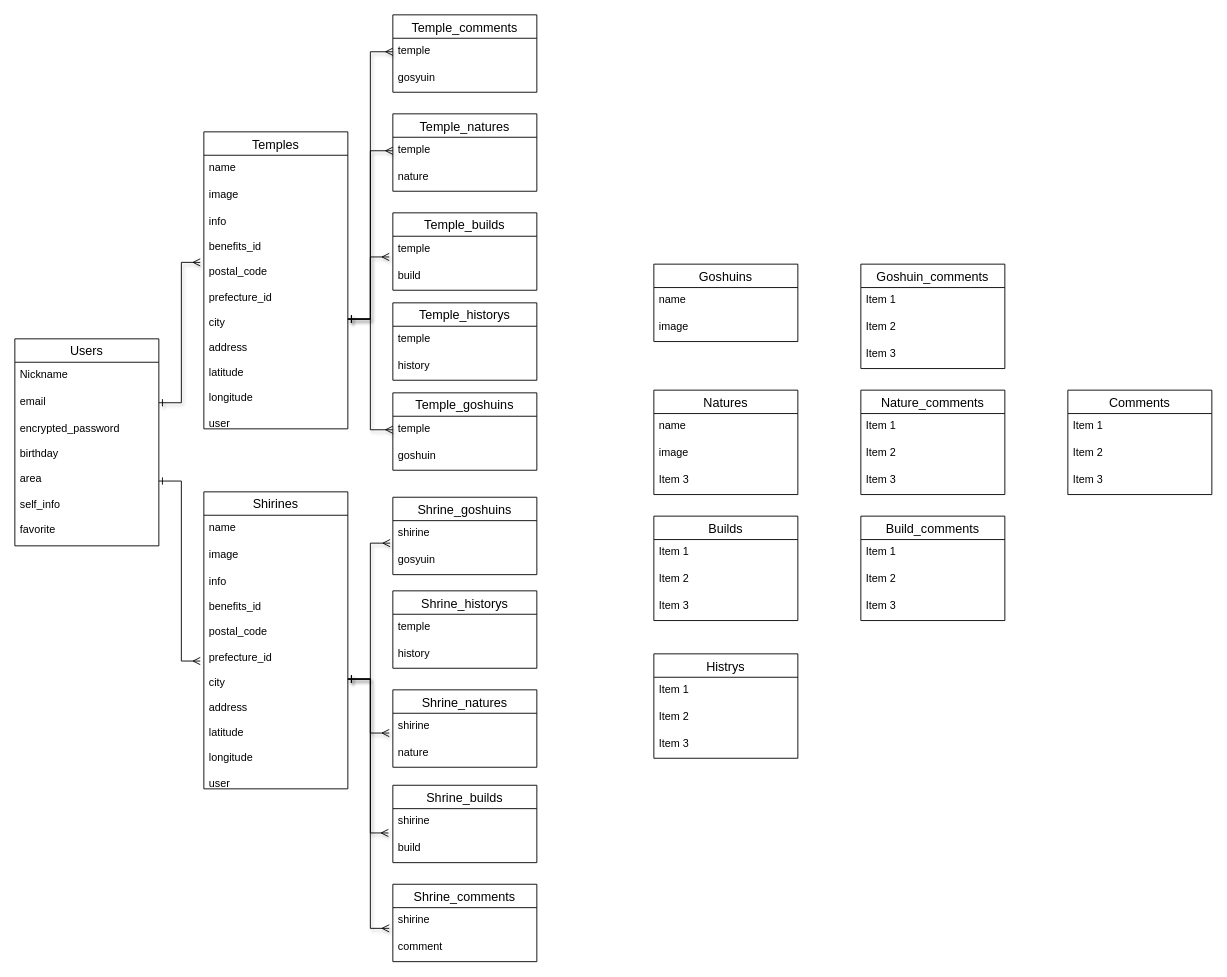
This is mainoru.dio from Ytakagi66/mainoru-31924, a draw.io file, before an edit. Source tidied: cells renumbered, new cells numbered last; positions are measured from the earlier drawing's top-left corner, leaving out a move shared by most shapes. Both pictures are drawn from the tidied source at 90%, with x=0, y=0 at pixel (14, 14).
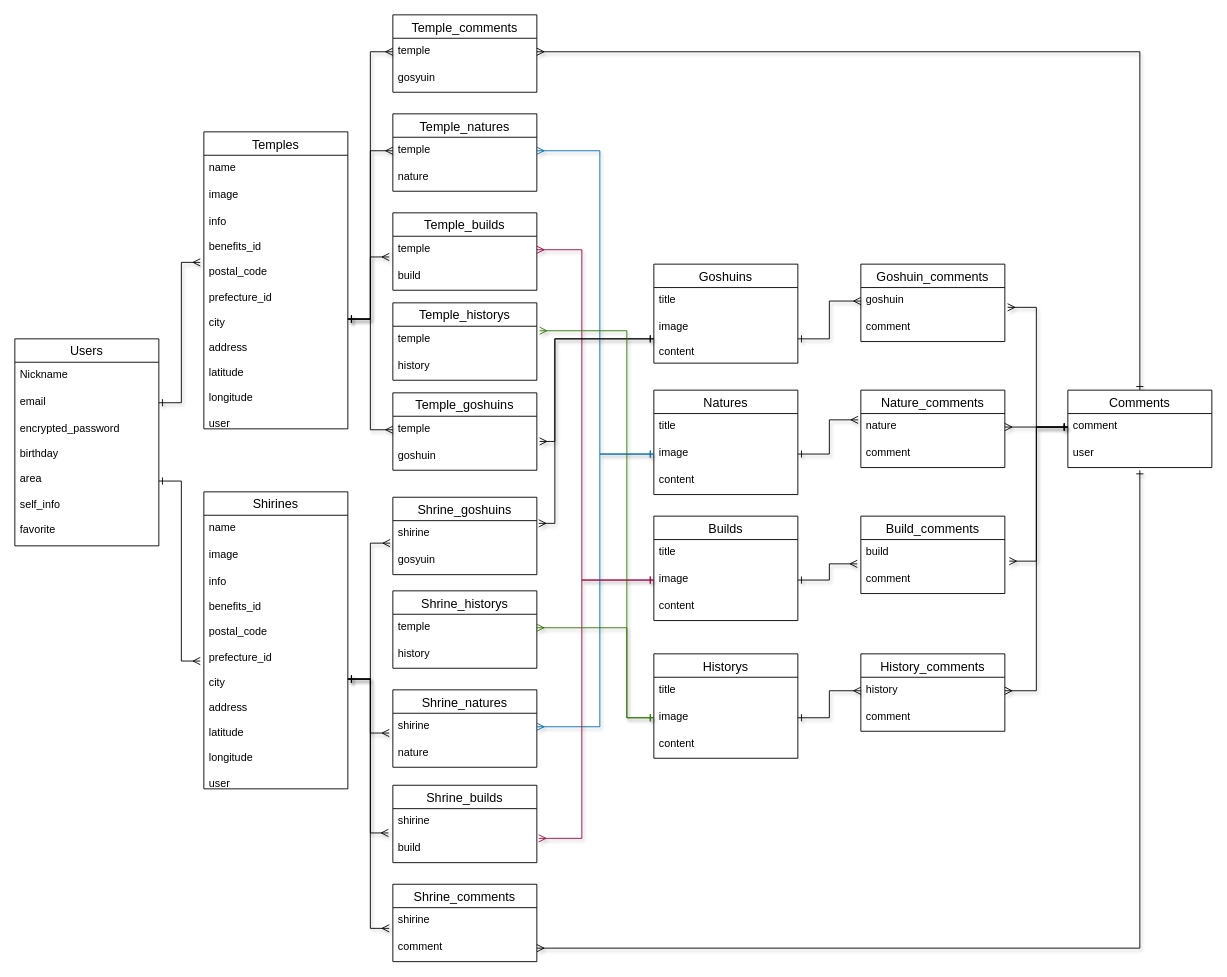
The same page after the edit.

Commit message:
ER図の微修正

The change refers to these unchanged cells:
```xml
<mxCell id="10" value="Natures" style="swimlane;fontStyle=0;horizontal=1;startSize=26;align=center;fontSize=14;" parent="1" vertex="1">
  <mxGeometry x="710" y="417" width="160" height="116" as="geometry" />
</mxCell>
<mxCell id="12" value="image" style="text;strokeColor=none;fillColor=none;spacingLeft=4;spacingRight=4;overflow=hidden;points=[[0,0.5],[1,0.5]];portConstraint=eastwest;fontSize=12;" parent="10" vertex="1">
  <mxGeometry y="56" width="160" height="30" as="geometry" />
</mxCell>
<mxCell id="19" value="temple" style="text;strokeColor=none;fillColor=none;spacingLeft=4;spacingRight=4;overflow=hidden;points=[[0,0.5],[1,0.5]];portConstraint=eastwest;fontSize=12;" parent="18" vertex="1">
  <mxGeometry y="26" width="160" height="30" as="geometry" />
</mxCell>
<mxCell id="23" value="temple" style="text;strokeColor=none;fillColor=none;spacingLeft=4;spacingRight=4;overflow=hidden;points=[[0,0.5],[1,0.5]];portConstraint=eastwest;fontSize=12;" parent="22" vertex="1">
  <mxGeometry y="26" width="160" height="30" as="geometry" />
</mxCell>
<mxCell id="26" value="temple" style="text;strokeColor=none;fillColor=none;spacingLeft=4;spacingRight=4;overflow=hidden;points=[[0,0.5],[1,0.5]];portConstraint=eastwest;fontSize=12;" parent="25" vertex="1">
  <mxGeometry y="26" width="160" height="30" as="geometry" />
</mxCell>
<mxCell id="30" value="goshuin" style="text;strokeColor=none;fillColor=none;spacingLeft=4;spacingRight=4;overflow=hidden;points=[[0,0.5],[1,0.5]];portConstraint=eastwest;fontSize=12;" parent="28" vertex="1">
  <mxGeometry y="56" width="160" height="30" as="geometry" />
</mxCell>
<mxCell id="34" value="Builds" style="swimlane;fontStyle=0;horizontal=1;startSize=26;align=center;fontSize=14;" parent="1" vertex="1">
  <mxGeometry x="710" y="557" width="160" height="116" as="geometry" />
</mxCell>
<mxCell id="40" value="comment" style="text;strokeColor=none;fillColor=none;spacingLeft=4;spacingRight=4;overflow=hidden;points=[[0,0.5],[1,0.5]];portConstraint=eastwest;fontSize=12;" parent="38" vertex="1">
  <mxGeometry y="56" width="160" height="30" as="geometry" />
</mxCell>
<mxCell id="43" value="build" style="text;strokeColor=none;fillColor=none;spacingLeft=4;spacingRight=4;overflow=hidden;points=[[0,0.5],[1,0.5]];portConstraint=eastwest;fontSize=12;" parent="41" vertex="1">
  <mxGeometry y="56" width="160" height="30" as="geometry" />
</mxCell>
<mxCell id="45" value="shirine" style="text;strokeColor=none;fillColor=none;spacingLeft=4;spacingRight=4;overflow=hidden;points=[[0,0.5],[1,0.5]];portConstraint=eastwest;fontSize=12;" parent="44" vertex="1">
  <mxGeometry y="26" width="160" height="30" as="geometry" />
</mxCell>
<mxCell id="48" value="shirine" style="text;strokeColor=none;fillColor=none;spacingLeft=4;spacingRight=4;overflow=hidden;points=[[0,0.5],[1,0.5]];portConstraint=eastwest;fontSize=12;" parent="47" vertex="1">
  <mxGeometry y="26" width="160" height="30" as="geometry" />
</mxCell>
<mxCell id="76" value="temple" style="text;strokeColor=none;fillColor=none;spacingLeft=4;spacingRight=4;overflow=hidden;points=[[0,0.5],[1,0.5]];portConstraint=eastwest;fontSize=12;" parent="75" vertex="1">
  <mxGeometry y="26" width="160" height="30" as="geometry" />
</mxCell>
<mxCell id="79" value="temple" style="text;strokeColor=none;fillColor=none;spacingLeft=4;spacingRight=4;overflow=hidden;points=[[0,0.5],[1,0.5]];portConstraint=eastwest;fontSize=12;" parent="78" vertex="1">
  <mxGeometry y="26" width="160" height="30" as="geometry" />
</mxCell>
```

The edit, as a diff of the source:
```diff
@@
-    <mxCell id="11" value="name" style="text;strokeColor=none;fillColor=none;spacingLeft=4;spacingRight=4;overflow=hidden;fontSize=12;" parent="10" vertex="1">
+    <mxCell id="11" value="title" style="text;strokeColor=none;fillColor=none;spacingLeft=4;spacingRight=4;overflow=hidden;fontSize=12;" parent="10" vertex="1">
       <mxGeometry y="26" width="160" height="30" as="geometry" />
     </mxCell>
@@
-    <mxCell id="13" value="Item 3" style="text;strokeColor=none;fillColor=none;spacingLeft=4;spacingRight=4;overflow=hidden;fontSize=12;" parent="10" vertex="1">
+    <mxCell id="13" value="content" style="text;strokeColor=none;fillColor=none;spacingLeft=4;spacingRight=4;overflow=hidden;fontSize=12;" parent="10" vertex="1">
       <mxGeometry y="86" width="160" height="30" as="geometry" />
     </mxCell>
@@
     <mxCell id="31" value="Goshuins" style="swimlane;fontStyle=0;horizontal=1;startSize=26;align=center;fontSize=14;" parent="1" vertex="1">
-      <mxGeometry x="710" y="277" width="160" height="86" as="geometry" />
+      <mxGeometry x="710" y="277" width="160" height="110" as="geometry" />
     </mxCell>
-    <mxCell id="32" value="name" style="text;strokeColor=none;fillColor=none;spacingLeft=4;spacingRight=4;overflow=hidden;fontSize=12;" parent="31" vertex="1">
+    <mxCell id="32" value="title" style="text;strokeColor=none;fillColor=none;spacingLeft=4;spacingRight=4;overflow=hidden;fontSize=12;" parent="31" vertex="1">
       <mxGeometry y="26" width="160" height="30" as="geometry" />
     </mxCell>
-    <mxCell id="33" value="image" style="text;strokeColor=none;fillColor=none;spacingLeft=4;spacingRight=4;overflow=hidden;points=[[0,0.5],[1,0.5]];portConstraint=eastwest;fontSize=12;" parent="31" vertex="1">
-      <mxGeometry y="56" width="160" height="30" as="geometry" />
+    <mxCell id="33" value="image&#10;&#10;content" style="text;strokeColor=none;fillColor=none;spacingLeft=4;spacingRight=4;overflow=hidden;points=[[0,0.5],[1,0.5]];portConstraint=eastwest;fontSize=12;" parent="31" vertex="1">
+      <mxGeometry y="56" width="160" height="54" as="geometry" />
     </mxCell>
@@
-    <mxCell id="35" value="Item 1" style="text;strokeColor=none;fillColor=none;spacingLeft=4;spacingRight=4;overflow=hidden;fontSize=12;" parent="34" vertex="1">
+    <mxCell id="35" value="title" style="text;strokeColor=none;fillColor=none;spacingLeft=4;spacingRight=4;overflow=hidden;fontSize=12;" parent="34" vertex="1">
       <mxGeometry y="26" width="160" height="30" as="geometry" />
     </mxCell>
-    <mxCell id="36" value="Item 2" style="text;strokeColor=none;fillColor=none;spacingLeft=4;spacingRight=4;overflow=hidden;points=[[0,0.5],[1,0.5]];portConstraint=eastwest;fontSize=12;" parent="34" vertex="1">
+    <mxCell id="36" value="image" style="text;strokeColor=none;fillColor=none;spacingLeft=4;spacingRight=4;overflow=hidden;points=[[0,0.5],[1,0.5]];portConstraint=eastwest;fontSize=12;" parent="34" vertex="1">
       <mxGeometry y="56" width="160" height="30" as="geometry" />
     </mxCell>
-    <mxCell id="37" value="Item 3" style="text;strokeColor=none;fillColor=none;spacingLeft=4;spacingRight=4;overflow=hidden;fontSize=12;" parent="34" vertex="1">
+    <mxCell id="37" value="content" style="text;strokeColor=none;fillColor=none;spacingLeft=4;spacingRight=4;overflow=hidden;fontSize=12;" parent="34" vertex="1">
       <mxGeometry y="86" width="160" height="30" as="geometry" />
     </mxCell>
@@
     <mxCell id="50" value="Nature_comments" style="swimlane;fontStyle=0;horizontal=1;startSize=26;align=center;fontSize=14;" parent="1" vertex="1">
-      <mxGeometry x="940" y="417" width="160" height="116" as="geometry" />
+      <mxGeometry x="940" y="417" width="160" height="86" as="geometry" />
     </mxCell>
-    <mxCell id="51" value="Item 1" style="text;strokeColor=none;fillColor=none;spacingLeft=4;spacingRight=4;overflow=hidden;points=[[0,0.5],[1,0.5]];portConstraint=eastwest;fontSize=12;" parent="50" vertex="1">
+    <mxCell id="51" value="nature" style="text;strokeColor=none;fillColor=none;spacingLeft=4;spacingRight=4;overflow=hidden;points=[[0,0.5],[1,0.5]];portConstraint=eastwest;fontSize=12;" parent="50" vertex="1">
       <mxGeometry y="26" width="160" height="30" as="geometry" />
     </mxCell>
-    <mxCell id="52" value="Item 2" style="text;strokeColor=none;fillColor=none;spacingLeft=4;spacingRight=4;overflow=hidden;fontSize=12;" parent="50" vertex="1">
+    <mxCell id="52" value="comment" style="text;strokeColor=none;fillColor=none;spacingLeft=4;spacingRight=4;overflow=hidden;fontSize=12;" parent="50" vertex="1">
       <mxGeometry y="56" width="160" height="30" as="geometry" />
     </mxCell>
-    <mxCell id="53" value="Item 3" style="text;strokeColor=none;fillColor=none;spacingLeft=4;spacingRight=4;overflow=hidden;fontSize=12;" parent="50" vertex="1">
-      <mxGeometry y="86" width="160" height="30" as="geometry" />
-    </mxCell>
     <mxCell id="54" value="Goshuin_comments" style="swimlane;fontStyle=0;horizontal=1;startSize=26;align=center;fontSize=14;" parent="1" vertex="1">
-      <mxGeometry x="940" y="277" width="160" height="116" as="geometry" />
+      <mxGeometry x="940" y="277" width="160" height="86" as="geometry" />
     </mxCell>
-    <mxCell id="55" value="Item 1" style="text;strokeColor=none;fillColor=none;spacingLeft=4;spacingRight=4;overflow=hidden;points=[[0,0.5],[1,0.5]];portConstraint=eastwest;fontSize=12;" parent="54" vertex="1">
+    <mxCell id="55" value="goshuin" style="text;strokeColor=none;fillColor=none;spacingLeft=4;spacingRight=4;overflow=hidden;points=[[0,0.5],[1,0.5]];portConstraint=eastwest;fontSize=12;" parent="54" vertex="1">
       <mxGeometry y="26" width="160" height="30" as="geometry" />
     </mxCell>
-    <mxCell id="56" value="Item 2" style="text;strokeColor=none;fillColor=none;spacingLeft=4;spacingRight=4;overflow=hidden;fontSize=12;" parent="54" vertex="1">
+    <mxCell id="56" value="comment" style="text;strokeColor=none;fillColor=none;spacingLeft=4;spacingRight=4;overflow=hidden;fontSize=12;" parent="54" vertex="1">
       <mxGeometry y="56" width="160" height="30" as="geometry" />
     </mxCell>
-    <mxCell id="57" value="Item 3" style="text;strokeColor=none;fillColor=none;spacingLeft=4;spacingRight=4;overflow=hidden;fontSize=12;" parent="54" vertex="1">
-      <mxGeometry y="86" width="160" height="30" as="geometry" />
-    </mxCell>
     <mxCell id="58" value="Build_comments" style="swimlane;fontStyle=0;horizontal=1;startSize=26;align=center;fontSize=14;" parent="1" vertex="1">
-      <mxGeometry x="940" y="557" width="160" height="116" as="geometry" />
+      <mxGeometry x="940" y="557" width="160" height="86" as="geometry" />
     </mxCell>
-    <mxCell id="59" value="Item 1" style="text;strokeColor=none;fillColor=none;spacingLeft=4;spacingRight=4;overflow=hidden;points=[[0,0.5],[1,0.5]];portConstraint=eastwest;fontSize=12;" parent="58" vertex="1">
+    <mxCell id="59" value="build" style="text;strokeColor=none;fillColor=none;spacingLeft=4;spacingRight=4;overflow=hidden;points=[[0,0.5],[1,0.5]];portConstraint=eastwest;fontSize=12;" parent="58" vertex="1">
       <mxGeometry y="26" width="160" height="30" as="geometry" />
     </mxCell>
-    <mxCell id="60" value="Item 2" style="text;strokeColor=none;fillColor=none;spacingLeft=4;spacingRight=4;overflow=hidden;points=[[0,0.5],[1,0.5]];portConstraint=eastwest;fontSize=12;" parent="58" vertex="1">
+    <mxCell id="60" value="comment" style="text;strokeColor=none;fillColor=none;spacingLeft=4;spacingRight=4;overflow=hidden;points=[[0,0.5],[1,0.5]];portConstraint=eastwest;fontSize=12;" parent="58" vertex="1">
       <mxGeometry y="56" width="160" height="30" as="geometry" />
     </mxCell>
-    <mxCell id="61" value="Item 3" style="text;strokeColor=none;fillColor=none;spacingLeft=4;spacingRight=4;overflow=hidden;fontSize=12;" parent="58" vertex="1">
-      <mxGeometry y="86" width="160" height="30" as="geometry" />
-    </mxCell>
+    <mxCell id="85" style="edgeStyle=orthogonalEdgeStyle;rounded=0;jettySize=auto;html=1;shadow=1;startArrow=ERone;startFill=0;endArrow=ERmany;endFill=0;entryX=1;entryY=0.5;entryDx=0;entryDy=0;" parent="1" edge="1" source="62" target="19">
+      <mxGeometry relative="1" as="geometry" />
+    </mxCell>
     <mxCell id="62" value="Comments" style="swimlane;fontStyle=0;horizontal=1;startSize=26;align=center;fontSize=14;" parent="1" vertex="1">
-      <mxGeometry x="1170" y="417" width="160" height="116" as="geometry" />
+      <mxGeometry x="1170" y="417" width="160" height="86" as="geometry" />
     </mxCell>
-    <mxCell id="63" value="Item 1" style="text;strokeColor=none;fillColor=none;spacingLeft=4;spacingRight=4;overflow=hidden;points=[[0,0.5],[1,0.5]];portConstraint=eastwest;fontSize=12;" parent="62" vertex="1">
+    <mxCell id="63" value="comment" style="text;strokeColor=none;fillColor=none;spacingLeft=4;spacingRight=4;overflow=hidden;points=[[0,0.5],[1,0.5]];portConstraint=eastwest;fontSize=12;" parent="62" vertex="1">
       <mxGeometry y="26" width="160" height="30" as="geometry" />
     </mxCell>
-    <mxCell id="64" value="Item 2" style="text;strokeColor=none;fillColor=none;spacingLeft=4;spacingRight=4;overflow=hidden;points=[[0,0.5],[1,0.5]];portConstraint=eastwest;fontSize=12;" parent="62" vertex="1">
+    <mxCell id="64" value="user" style="text;strokeColor=none;fillColor=none;spacingLeft=4;spacingRight=4;overflow=hidden;points=[[0,0.5],[1,0.5]];portConstraint=eastwest;fontSize=12;" parent="62" vertex="1">
       <mxGeometry y="56" width="160" height="30" as="geometry" />
     </mxCell>
-    <mxCell id="65" value="Item 3" style="text;strokeColor=none;fillColor=none;spacingLeft=4;spacingRight=4;overflow=hidden;fontSize=12;" parent="62" vertex="1">
-      <mxGeometry y="86" width="160" height="30" as="geometry" />
-    </mxCell>
@@
-    <mxCell id="81" value="Histrys" style="swimlane;fontStyle=0;horizontal=1;startSize=26;align=center;fontSize=14;" parent="1" vertex="1">
+    <mxCell id="81" value="Historys" style="swimlane;fontStyle=0;horizontal=1;startSize=26;align=center;fontSize=14;" parent="1" vertex="1">
       <mxGeometry x="710" y="710" width="160" height="116" as="geometry" />
     </mxCell>
-    <mxCell id="82" value="Item 1" style="text;strokeColor=none;fillColor=none;spacingLeft=4;spacingRight=4;overflow=hidden;fontSize=12;" parent="81" vertex="1">
+    <mxCell id="82" value="title" style="text;strokeColor=none;fillColor=none;spacingLeft=4;spacingRight=4;overflow=hidden;fontSize=12;" parent="81" vertex="1">
       <mxGeometry y="26" width="160" height="30" as="geometry" />
     </mxCell>
-    <mxCell id="83" value="Item 2" style="text;strokeColor=none;fillColor=none;spacingLeft=4;spacingRight=4;overflow=hidden;points=[[0,0.5],[1,0.5]];portConstraint=eastwest;fontSize=12;" parent="81" vertex="1">
+    <mxCell id="83" value="image" style="text;strokeColor=none;fillColor=none;spacingLeft=4;spacingRight=4;overflow=hidden;points=[[0,0.5],[1,0.5]];portConstraint=eastwest;fontSize=12;" parent="81" vertex="1">
       <mxGeometry y="56" width="160" height="30" as="geometry" />
     </mxCell>
-    <mxCell id="84" value="Item 3" style="text;strokeColor=none;fillColor=none;spacingLeft=4;spacingRight=4;overflow=hidden;fontSize=12;" parent="81" vertex="1">
+    <mxCell id="84" value="content" style="text;strokeColor=none;fillColor=none;spacingLeft=4;spacingRight=4;overflow=hidden;fontSize=12;" parent="81" vertex="1">
       <mxGeometry y="86" width="160" height="30" as="geometry" />
     </mxCell>
+    <mxCell id="86" value="History_comments" style="swimlane;fontStyle=0;horizontal=1;startSize=26;align=center;fontSize=14;" parent="1" vertex="1">
+      <mxGeometry x="940" y="710" width="160" height="86" as="geometry" />
+    </mxCell>
+    <mxCell id="87" value="history" style="text;strokeColor=none;fillColor=none;spacingLeft=4;spacingRight=4;overflow=hidden;points=[[0,0.5],[1,0.5]];portConstraint=eastwest;fontSize=12;" parent="86" vertex="1">
+      <mxGeometry y="26" width="160" height="30" as="geometry" />
+    </mxCell>
+    <mxCell id="88" value="comment" style="text;strokeColor=none;fillColor=none;spacingLeft=4;spacingRight=4;overflow=hidden;fontSize=12;" parent="86" vertex="1">
+      <mxGeometry y="56" width="160" height="30" as="geometry" />
+    </mxCell>
+    <mxCell id="89" style="edgeStyle=orthogonalEdgeStyle;rounded=0;jettySize=auto;html=1;entryX=0;entryY=0.5;entryDx=0;entryDy=0;shadow=1;startArrow=ERone;startFill=0;endArrow=ERmany;endFill=0;" parent="1" edge="1" source="33" target="55">
+      <mxGeometry relative="1" as="geometry" />
+    </mxCell>
+    <mxCell id="90" style="edgeStyle=orthogonalEdgeStyle;rounded=0;jettySize=auto;html=1;shadow=1;startArrow=ERone;startFill=0;endArrow=ERmany;endFill=0;" parent="1" edge="1" source="12">
+      <mxGeometry relative="1" as="geometry">
+        <mxPoint x="937" y="450" as="targetPoint" />
+        <Array as="points">
+          <mxPoint x="905" y="488" />
+          <mxPoint x="905" y="450" />
+          <mxPoint x="937" y="450" />
+        </Array>
+      </mxGeometry>
+    </mxCell>
+    <mxCell id="91" style="edgeStyle=orthogonalEdgeStyle;rounded=0;jettySize=auto;html=1;shadow=1;startArrow=ERone;startFill=0;endArrow=ERmany;endFill=0;entryX=-0.025;entryY=-0.1;entryDx=0;entryDy=0;entryPerimeter=0;" parent="1" edge="1" source="36" target="60">
+      <mxGeometry relative="1" as="geometry" />
+    </mxCell>
+    <mxCell id="92" style="edgeStyle=orthogonalEdgeStyle;rounded=0;jettySize=auto;html=1;shadow=1;startArrow=ERone;startFill=0;endArrow=ERmany;endFill=0;entryX=0;entryY=0.5;entryDx=0;entryDy=0;" parent="1" edge="1" source="83" target="87">
+      <mxGeometry relative="1" as="geometry" />
+    </mxCell>
+    <mxCell id="93" style="edgeStyle=orthogonalEdgeStyle;rounded=0;jettySize=auto;html=1;entryX=1.019;entryY=0.733;entryDx=0;entryDy=0;entryPerimeter=0;shadow=1;startArrow=ERone;startFill=0;endArrow=ERmany;endFill=0;" parent="1" edge="1" source="63" target="55">
+      <mxGeometry relative="1" as="geometry" />
+    </mxCell>
+    <mxCell id="94" style="edgeStyle=orthogonalEdgeStyle;rounded=0;jettySize=auto;html=1;entryX=1;entryY=0.5;entryDx=0;entryDy=0;shadow=1;startArrow=ERone;startFill=0;endArrow=ERmany;endFill=0;" parent="1" edge="1" source="63" target="51">
+      <mxGeometry relative="1" as="geometry" />
+    </mxCell>
+    <mxCell id="95" style="edgeStyle=orthogonalEdgeStyle;rounded=0;jettySize=auto;html=1;entryX=1.031;entryY=0.8;entryDx=0;entryDy=0;entryPerimeter=0;shadow=1;startArrow=ERone;startFill=0;endArrow=ERmany;endFill=0;" parent="1" edge="1" source="63" target="59">
+      <mxGeometry relative="1" as="geometry" />
+    </mxCell>
+    <mxCell id="96" style="edgeStyle=orthogonalEdgeStyle;rounded=0;jettySize=auto;html=1;entryX=1;entryY=0.5;entryDx=0;entryDy=0;shadow=1;startArrow=ERone;startFill=0;endArrow=ERmany;endFill=0;" parent="1" edge="1" source="63" target="87">
+      <mxGeometry relative="1" as="geometry" />
+    </mxCell>
+    <mxCell id="97" style="edgeStyle=orthogonalEdgeStyle;rounded=0;jettySize=auto;html=1;shadow=1;startArrow=ERmany;startFill=0;endArrow=ERone;endFill=0;entryX=0.5;entryY=1.1;entryDx=0;entryDy=0;entryPerimeter=0;" parent="1" edge="1" source="40" target="64">
+      <mxGeometry relative="1" as="geometry">
+        <Array as="points">
+          <mxPoint x="1250" y="1037" />
+        </Array>
+      </mxGeometry>
+    </mxCell>
+    <mxCell id="98" style="edgeStyle=orthogonalEdgeStyle;rounded=0;jettySize=auto;html=1;entryX=1.019;entryY=-0.067;entryDx=0;entryDy=0;entryPerimeter=0;shadow=1;startArrow=ERone;startFill=0;endArrow=ERmany;endFill=0;" parent="1" edge="1" source="33" target="30">
+      <mxGeometry relative="1" as="geometry">
+        <Array as="points">
+          <mxPoint x="600" y="360" />
+          <mxPoint x="600" y="474" />
+        </Array>
+      </mxGeometry>
+    </mxCell>
+    <mxCell id="99" style="edgeStyle=orthogonalEdgeStyle;rounded=0;jettySize=auto;html=1;entryX=1;entryY=0.5;entryDx=0;entryDy=0;shadow=1;startArrow=ERone;startFill=0;endArrow=ERmany;endFill=0;fillColor=#1ba1e2;strokeColor=#006EAF;" parent="1" edge="1" source="12" target="23">
+      <mxGeometry relative="1" as="geometry">
+        <Array as="points">
+          <mxPoint x="650" y="488" />
+          <mxPoint x="650" y="151" />
+        </Array>
+      </mxGeometry>
+    </mxCell>
+    <mxCell id="100" style="edgeStyle=orthogonalEdgeStyle;rounded=0;jettySize=auto;html=1;entryX=1;entryY=0.5;entryDx=0;entryDy=0;shadow=1;startArrow=ERone;startFill=0;endArrow=ERmany;endFill=0;fillColor=#d80073;strokeColor=#A50040;" parent="1" edge="1" source="36" target="26">
+      <mxGeometry relative="1" as="geometry">
+        <Array as="points">
+          <mxPoint x="630" y="628" />
+          <mxPoint x="630" y="261" />
+        </Array>
+      </mxGeometry>
+    </mxCell>
+    <mxCell id="101" style="edgeStyle=orthogonalEdgeStyle;rounded=0;jettySize=auto;html=1;entryX=1.013;entryY=0.1;entryDx=0;entryDy=0;entryPerimeter=0;shadow=1;startArrow=ERone;startFill=0;endArrow=ERmany;endFill=0;" parent="1" edge="1" source="33" target="48">
+      <mxGeometry relative="1" as="geometry">
+        <Array as="points">
+          <mxPoint x="600" y="360" />
+          <mxPoint x="600" y="565" />
+        </Array>
+      </mxGeometry>
+    </mxCell>
+    <mxCell id="102" style="edgeStyle=orthogonalEdgeStyle;rounded=0;jettySize=auto;html=1;entryX=1;entryY=0.5;entryDx=0;entryDy=0;shadow=1;startArrow=ERone;startFill=0;endArrow=ERmany;endFill=0;fillColor=#1ba1e2;strokeColor=#006EAF;" parent="1" edge="1" source="12" target="45">
+      <mxGeometry relative="1" as="geometry">
+        <Array as="points">
+          <mxPoint x="650" y="488" />
+          <mxPoint x="650" y="791" />
+        </Array>
+      </mxGeometry>
+    </mxCell>
+    <mxCell id="103" style="edgeStyle=orthogonalEdgeStyle;rounded=0;jettySize=auto;html=1;entryX=1.013;entryY=0.1;entryDx=0;entryDy=0;entryPerimeter=0;shadow=1;startArrow=ERone;startFill=0;endArrow=ERmany;endFill=0;fillColor=#d80073;strokeColor=#A50040;" parent="1" edge="1" source="36" target="43">
+      <mxGeometry relative="1" as="geometry">
+        <Array as="points">
+          <mxPoint x="630" y="628" />
+          <mxPoint x="630" y="915" />
+        </Array>
+      </mxGeometry>
+    </mxCell>
+    <mxCell id="104" style="edgeStyle=orthogonalEdgeStyle;rounded=0;jettySize=auto;html=1;entryX=1;entryY=0.5;entryDx=0;entryDy=0;shadow=1;startArrow=ERone;startFill=0;endArrow=ERmany;endFill=0;fillColor=#60a917;strokeColor=#2D7600;" parent="1" edge="1" source="83" target="79">
+      <mxGeometry relative="1" as="geometry">
+        <Array as="points">
+          <mxPoint x="680" y="781" />
+          <mxPoint x="680" y="681" />
+        </Array>
+      </mxGeometry>
+    </mxCell>
+    <mxCell id="105" style="edgeStyle=orthogonalEdgeStyle;rounded=0;jettySize=auto;html=1;shadow=1;startArrow=ERone;startFill=0;endArrow=ERmany;endFill=0;entryX=1.019;entryY=0.167;entryDx=0;entryDy=0;entryPerimeter=0;fillColor=#60a917;strokeColor=#2D7600;" parent="1" edge="1" source="83" target="76">
+      <mxGeometry relative="1" as="geometry">
+        <Array as="points">
+          <mxPoint x="680" y="781" />
+          <mxPoint x="680" y="351" />
+        </Array>
+      </mxGeometry>
+    </mxCell>
```
